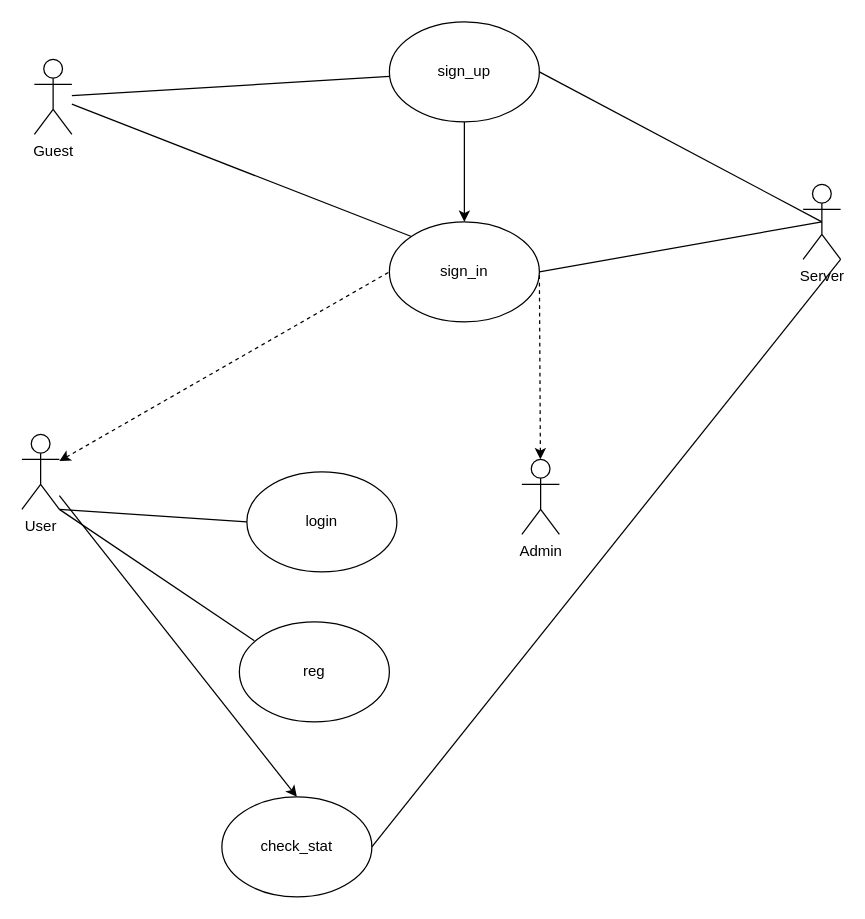
The draw.io diagram Диаграмма без названия.drawio in qw1nsx/tp, before the edit. Source tidied: cells renumbered, new cells numbered last; positions are measured from the earlier drawing's top-left corner, leaving out a move shared by most shapes. Both pictures are drawn from the tidied source at 125%, with x=0, y=0 at pixel (21, 21).
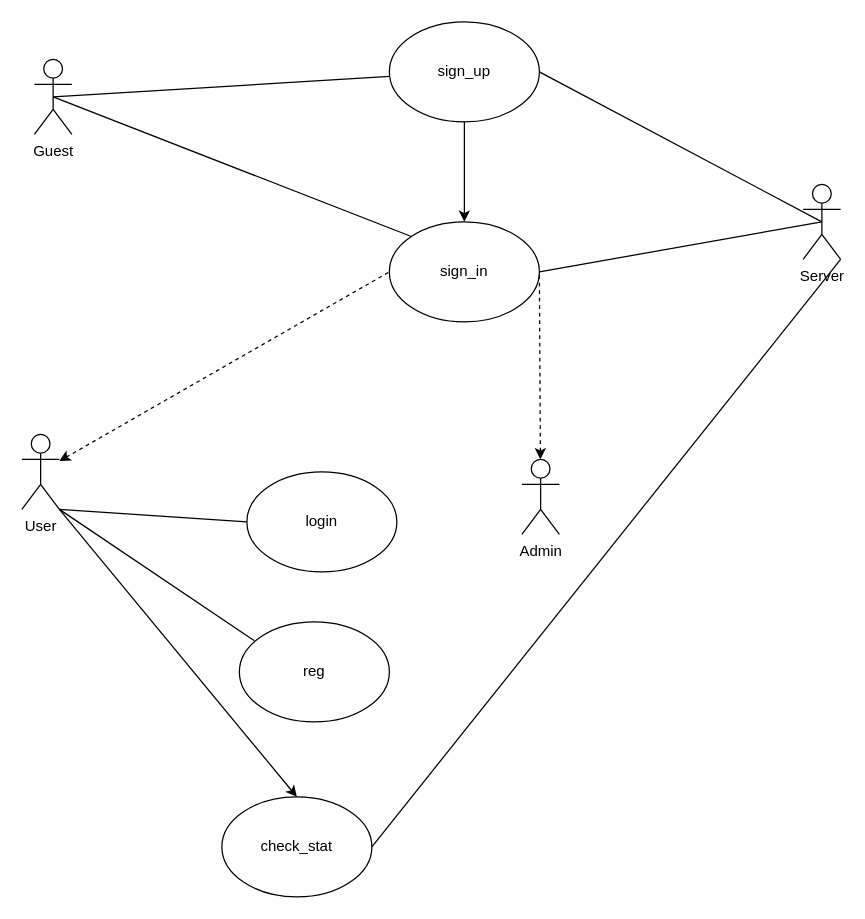
Above is the later version.

The change refers to these unchanged cells:
```xml
<mxCell id="3" value="User" style="shape=umlActor;verticalLabelPosition=bottom;verticalAlign=top;html=1;outlineConnect=0;" parent="1" vertex="1">
  <mxGeometry y="330" width="30" height="60" as="geometry" />
</mxCell>
<mxCell id="5" value="Guest" style="shape=umlActor;verticalLabelPosition=bottom;verticalAlign=top;html=1;outlineConnect=0;" parent="1" vertex="1">
  <mxGeometry x="10" y="30" width="30" height="60" as="geometry" />
</mxCell>
<mxCell id="7" value="sign_up" style="ellipse;whiteSpace=wrap;html=1;" parent="1" vertex="1">
  <mxGeometry x="294" width="120" height="80" as="geometry" />
</mxCell>
<mxCell id="8" value="sign_in" style="ellipse;whiteSpace=wrap;html=1;" parent="1" vertex="1">
  <mxGeometry x="294" y="160" width="120" height="80" as="geometry" />
</mxCell>
<mxCell id="15" value="check_stat" style="ellipse;whiteSpace=wrap;html=1;" parent="1" vertex="1">
  <mxGeometry x="160" y="620" width="120" height="80" as="geometry" />
</mxCell>
```

What changed in the source:
```diff
@@
-    <mxCell id="4" style="rounded=0;jettySize=auto;html=1;endArrow=none;endFill=0;" parent="1" edge="1" source="5" target="7">
+    <mxCell id="4" style="rounded=0;jettySize=auto;html=1;endArrow=none;endFill=0;exitX=0.5;exitY=0.5;exitDx=0;exitDy=0;exitPerimeter=0;" parent="1" edge="1" source="5" target="7">
       <mxGeometry relative="1" as="geometry" />
     </mxCell>
@@
-    <mxCell id="11" style="endArrow=none;html=1;rounded=0;exitX=0;exitY=0;exitDx=0;exitDy=0;" parent="1" edge="1" source="8" target="5">
+    <mxCell id="11" style="endArrow=none;html=1;rounded=0;exitX=0;exitY=0;exitDx=0;exitDy=0;entryX=0.5;entryY=0.5;entryDx=0;entryDy=0;entryPerimeter=0;" parent="1" edge="1" source="8" target="5">
       <mxGeometry relative="1" as="geometry" />
     </mxCell>
@@
-    <mxCell id="17" style="endArrow=classic;html=1;rounded=0;entryX=0.5;entryY=0;entryDx=0;entryDy=0;" parent="1" edge="1" source="3" target="15">
+    <mxCell id="17" style="endArrow=classic;html=1;rounded=0;entryX=0.5;entryY=0;entryDx=0;entryDy=0;exitX=1;exitY=1;exitDx=0;exitDy=0;exitPerimeter=0;" parent="1" edge="1" source="3" target="15">
       <mxGeometry relative="1" as="geometry" />
     </mxCell>
```
